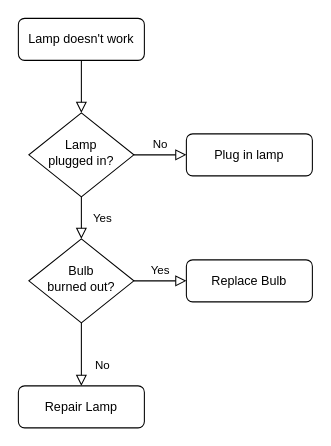
The draw.io diagram docs/Untitled Diagram.drawio in SheilaDias/solr_cli, before the edit. Source tidied: cells renumbered, new cells numbered last; positions are measured from the earlier drawing's top-left corner, leaving out a move shared by most shapes. Both pictures are drawn from the tidied source at 105%, with x=0, y=0 at pixel (18, 18).
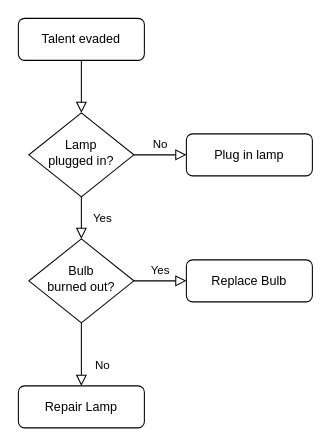
Above is the later version.

Change to the diagram source:
```diff
@@
 <mxGraphModel>
   <root>
     <mxCell id="0" />
     <mxCell id="1" parent="0" />
     <mxCell id="2" style="rounded=0;html=1;jettySize=auto;fontSize=11;endArrow=block;endFill=0;endSize=8;strokeWidth=1;shadow=0;labelBackgroundColor=none;edgeStyle=orthogonalEdgeStyle;" parent="1" edge="1" source="3" target="6">
       <mxGeometry relative="1" as="geometry" />
     </mxCell>
-    <mxCell id="3" value="Lamp doesn't work" style="rounded=1;whiteSpace=wrap;html=1;fontSize=12;glass=0;strokeWidth=1;shadow=0;" parent="1" vertex="1">
+    <mxCell id="3" value="Talent evaded" style="rounded=1;whiteSpace=wrap;html=1;fontSize=12;glass=0;strokeWidth=1;shadow=0;" parent="1" vertex="1">
       <mxGeometry width="120" height="40" as="geometry" />
     </mxCell>
     <mxCell id="4" value="Yes" style="rounded=0;html=1;jettySize=auto;fontSize=11;endArrow=block;endFill=0;endSize=8;strokeWidth=1;shadow=0;labelBackgroundColor=none;edgeStyle=orthogonalEdgeStyle;" parent="1" edge="1" source="6" target="10">
       <mxGeometry y="20" relative="1" as="geometry" />
     </mxCell>
     <mxCell id="5" value="No" style="edgeStyle=orthogonalEdgeStyle;rounded=0;html=1;jettySize=auto;fontSize=11;endArrow=block;endFill=0;endSize=8;strokeWidth=1;shadow=0;labelBackgroundColor=none;" parent="1" edge="1" source="6" target="7">
       <mxGeometry y="10" relative="1" as="geometry" />
     </mxCell>
     <mxCell id="6" value="Lamp&lt;br&gt;plugged in?" style="rhombus;whiteSpace=wrap;html=1;shadow=0;fontFamily=Helvetica;fontSize=12;align=center;strokeWidth=1;spacing=6;spacingTop=-4;" parent="1" vertex="1">
       <mxGeometry x="10" y="90" width="100" height="80" as="geometry" />
     </mxCell>
     <mxCell id="7" value="Plug in lamp" style="rounded=1;whiteSpace=wrap;html=1;fontSize=12;glass=0;strokeWidth=1;shadow=0;" parent="1" vertex="1">
       <mxGeometry x="160" y="110" width="120" height="40" as="geometry" />
     </mxCell>
     <mxCell id="8" value="No" style="rounded=0;html=1;jettySize=auto;fontSize=11;endArrow=block;endFill=0;endSize=8;strokeWidth=1;shadow=0;labelBackgroundColor=none;edgeStyle=orthogonalEdgeStyle;" parent="1" edge="1" source="10" target="11">
       <mxGeometry x="0.33" y="20" relative="1" as="geometry" />
     </mxCell>
     <mxCell id="9" value="Yes" style="edgeStyle=orthogonalEdgeStyle;rounded=0;html=1;jettySize=auto;fontSize=11;endArrow=block;endFill=0;endSize=8;strokeWidth=1;shadow=0;labelBackgroundColor=none;" parent="1" edge="1" source="10" target="12">
       <mxGeometry y="10" relative="1" as="geometry" />
     </mxCell>
     <mxCell id="10" value="Bulb&lt;br&gt;burned out?" style="rhombus;whiteSpace=wrap;html=1;shadow=0;fontFamily=Helvetica;fontSize=12;align=center;strokeWidth=1;spacing=6;spacingTop=-4;" parent="1" vertex="1">
       <mxGeometry x="10" y="210" width="100" height="80" as="geometry" />
     </mxCell>
     <mxCell id="11" value="Repair Lamp" style="rounded=1;whiteSpace=wrap;html=1;fontSize=12;glass=0;strokeWidth=1;shadow=0;" parent="1" vertex="1">
       <mxGeometry y="350" width="120" height="40" as="geometry" />
     </mxCell>
     <mxCell id="12" value="Replace Bulb" style="rounded=1;whiteSpace=wrap;html=1;fontSize=12;glass=0;strokeWidth=1;shadow=0;" parent="1" vertex="1">
       <mxGeometry x="160" y="230" width="120" height="40" as="geometry" />
     </mxCell>
   </root>
 </mxGraphModel>
```
